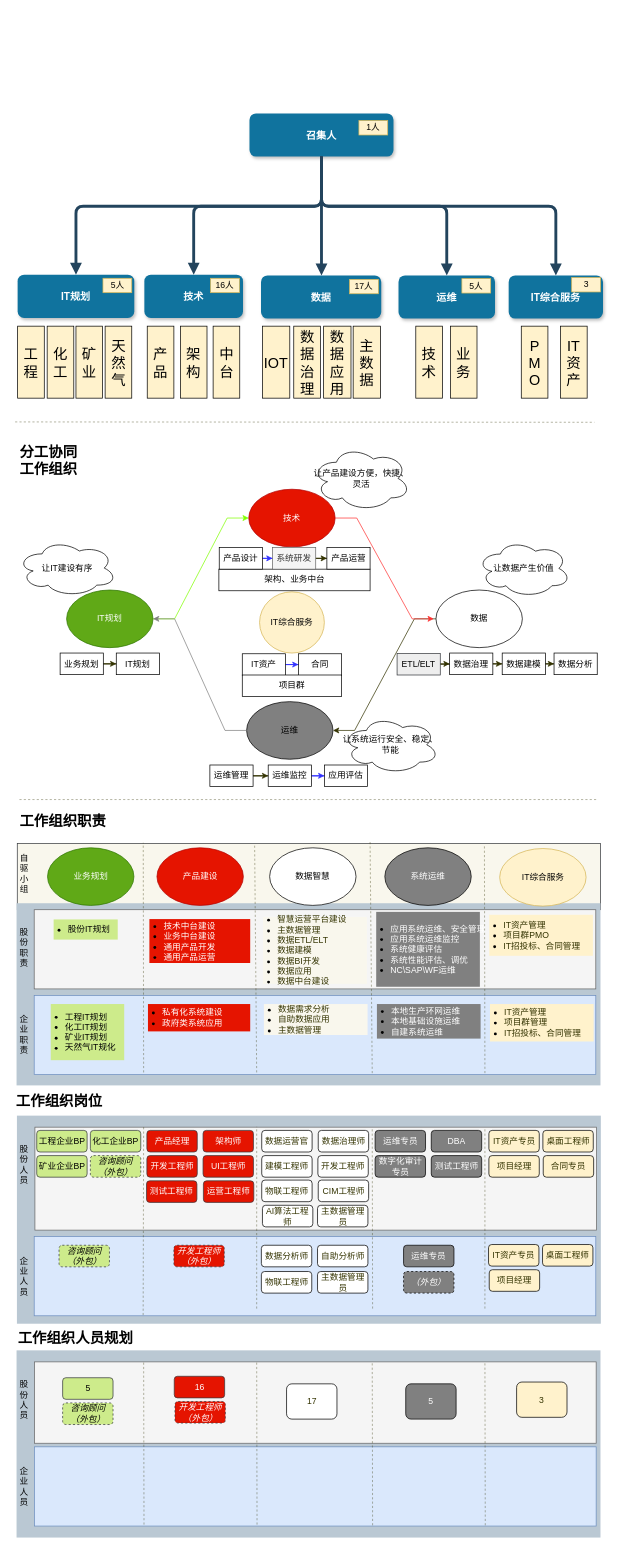
Above: page "第 27 页" (19 of 20) of MQ服务.drawio in chinadragonsjz/project (draw.io), before the change. Source tidied: cells renumbered, new cells numbered last; positions are measured from the earlier drawing's top-left corner, leaving out a move shared by most shapes. Both pictures are drawn from the tidied source at 72%, with x=0, y=0 at pixel (12, 113).
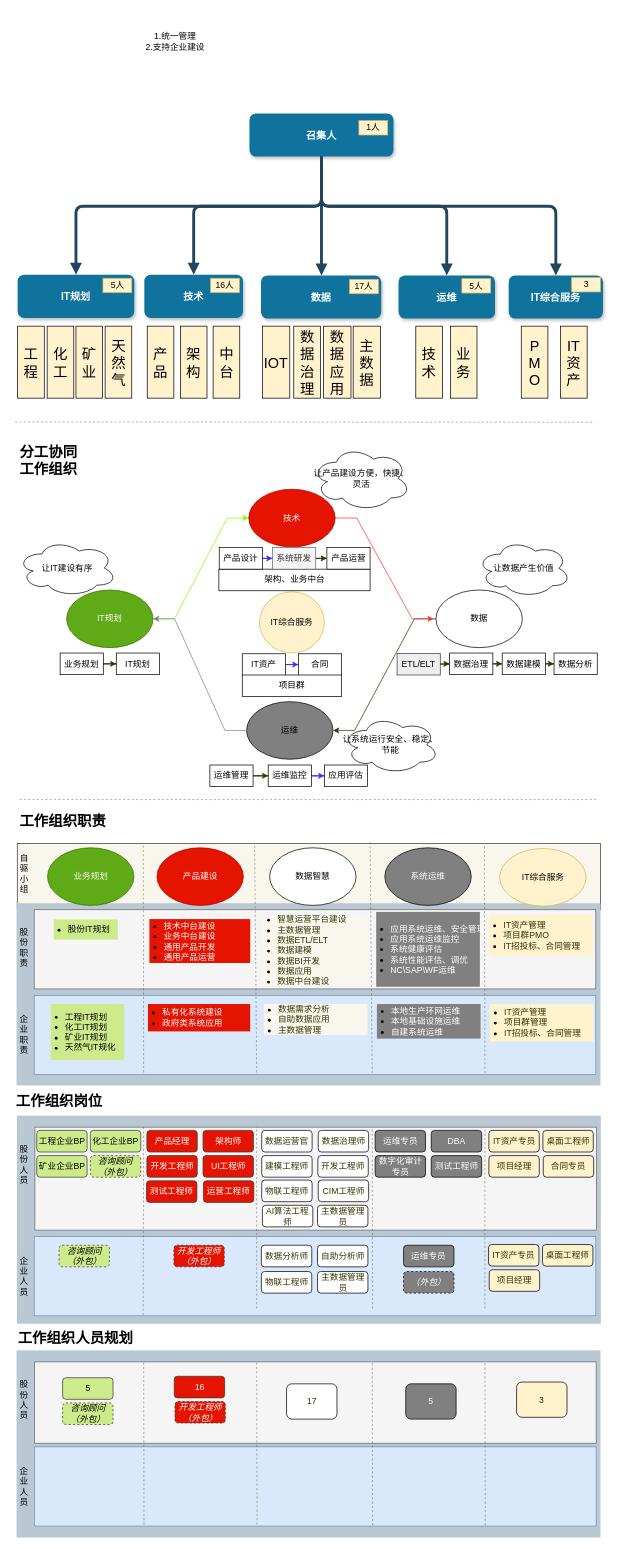
The same diagram, later.

The edit, as a diff of the source:
```diff
@@
+    <mxCell id="166" value="1.统一管理&lt;br&gt;2.支持企业建设" style="text;html=1;strokeColor=none;fillColor=none;align=center;verticalAlign=middle;whiteSpace=wrap;rounded=0;" parent="1" vertex="1">
+      <mxGeometry x="118" y="-140" width="218" height="80" as="geometry" />
+    </mxCell>
```
